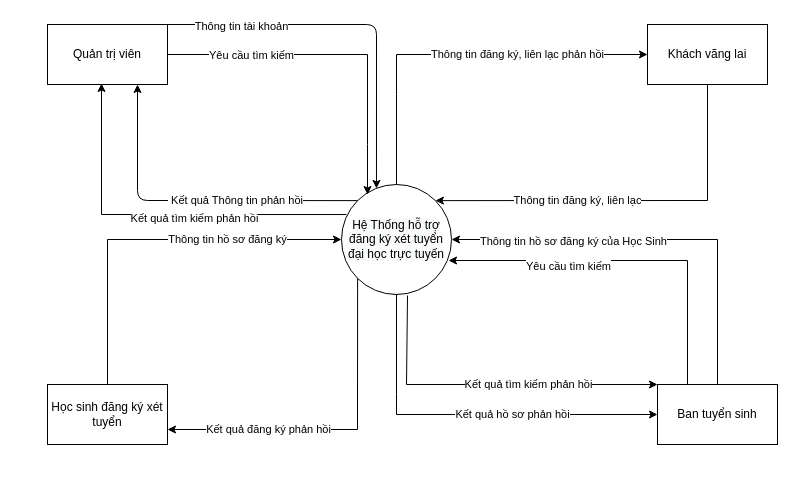
Before: page "Biểu đồ luồng dữ liệu mức ngữ cảnh" (2 of 4) of 1. Bao Cao/DATN.drawio in truongquangkhai99/TrinhVanTu_DATN, a draw.io diagram. Source tidied: cells renumbered, new cells numbered last; positions are measured from the earlier drawing's top-left corner, leaving out a move shared by most shapes. Both pictures are drawn from the tidied source at 100%, with x=0, y=0 at pixel (47, 24).
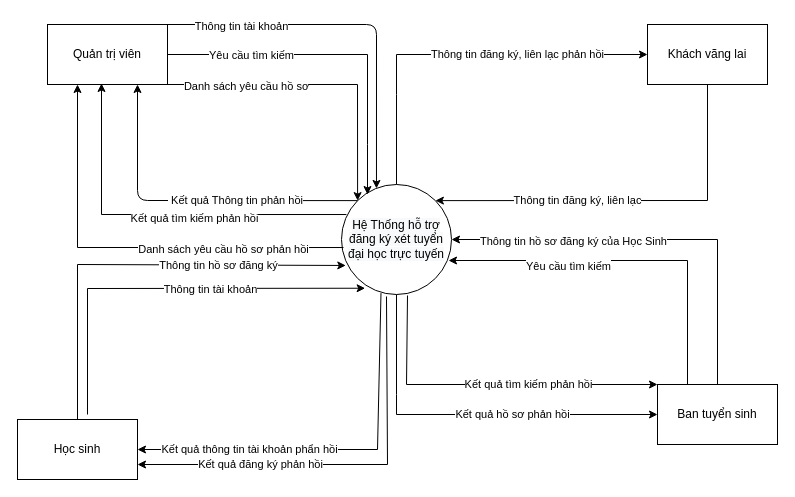
Above is the later version.

The change refers to these unchanged cells:
```xml
<mxCell id="2" value="&#10;&#10;&lt;span style=&quot;color: rgb(0, 0, 0); font-family: helvetica; font-size: 12px; font-style: normal; font-weight: 400; letter-spacing: normal; text-align: center; text-indent: 0px; text-transform: none; word-spacing: 0px; background-color: rgb(248, 249, 250); display: inline; float: none;&quot;&gt;Hệ Thống hỗ trợ đăng ký xét tuyển đại học trực tuyến&lt;/span&gt;&#10;&#10;" style="ellipse;whiteSpace=wrap;html=1;" parent="1" vertex="1">
  <mxGeometry x="294" y="160" width="110" height="110" as="geometry" />
</mxCell>
<mxCell id="13" value="Quản trị viên" style="rounded=0;whiteSpace=wrap;html=1;" parent="1" vertex="1">
  <mxGeometry width="120" height="60" as="geometry" />
</mxCell>
```

Diff of the diagram source:
```diff
@@
-    <mxCell id="5" value="Học sinh đăng ký xét tuyển" style="rounded=0;whiteSpace=wrap;html=1;" parent="1" vertex="1">
-      <mxGeometry y="360" width="120" height="60" as="geometry" />
+    <mxCell id="5" value="Học sinh" style="rounded=0;whiteSpace=wrap;html=1;" parent="1" vertex="1">
+      <mxGeometry x="-30" y="395" width="120" height="60" as="geometry" />
     </mxCell>
@@
-    <mxCell id="8" value="Thông tin hồ sơ đăng ký" style="endArrow=classic;html=1;rounded=0;verticalAlign=middle;exitX=0.5;exitY=0;exitDx=0;exitDy=0;" parent="1" edge="1" source="5" target="2">
+    <mxCell id="8" value="Thông tin hồ sơ đăng ký" style="endArrow=classic;html=1;rounded=0;verticalAlign=middle;exitX=0.5;exitY=0;exitDx=0;exitDy=0;entryX=0.039;entryY=0.736;entryDx=0;entryDy=0;entryPerimeter=0;" parent="1" edge="1" source="5" target="2">
       <mxGeometry x="0.4" relative="1" as="geometry">
         <Array as="points">
-          <mxPoint x="60" y="215" />
+          <mxPoint x="30" y="240" />
         </Array>
       </mxGeometry>
     </mxCell>
-    <mxCell id="9" value="Kết quả đăng ký phản hồi" style="endArrow=classic;html=1;rounded=0;verticalAlign=middle;exitX=0;exitY=1;exitDx=0;exitDy=0;entryX=1;entryY=0.75;entryDx=0;entryDy=0;" parent="1" edge="1" source="2" target="5">
+    <mxCell id="9" value="Kết quả đăng ký phản hồi" style="endArrow=classic;html=1;rounded=0;verticalAlign=middle;exitX=0.409;exitY=1.018;exitDx=0;exitDy=0;entryX=1;entryY=0.75;entryDx=0;entryDy=0;exitPerimeter=0;" parent="1" edge="1" source="2" target="5">
       <mxGeometry x="0.41" relative="1" as="geometry">
         <Array as="points">
-          <mxPoint x="310" y="405" />
+          <mxPoint x="340" y="440" />
         </Array>
       </mxGeometry>
     </mxCell>
@@
+    <mxCell id="25" style="endArrow=classic;html=1;rounded=0;exitX=1;exitY=1;exitDx=0;exitDy=0;entryX=0;entryY=0;entryDx=0;entryDy=0;" parent="1" edge="1" source="13" target="2">
+      <mxGeometry relative="1" as="geometry">
+        <Array as="points">
+          <mxPoint x="310" y="60" />
+        </Array>
+      </mxGeometry>
+    </mxCell>
+    <mxCell id="26" value="Danh sách yêu cầu hồ sơ" style="edgeLabel;html=1;align=center;verticalAlign=middle;" parent="25" vertex="1">
+      <mxGeometry x="-0.49" y="-1" relative="1" as="geometry" />
+    </mxCell>
+    <mxCell id="27" style="endArrow=classic;html=1;rounded=0;exitX=0.018;exitY=0.573;exitDx=0;exitDy=0;entryX=0.25;entryY=1;entryDx=0;entryDy=0;exitPerimeter=0;" parent="1" edge="1" source="2" target="13">
+      <mxGeometry relative="1" as="geometry">
+        <Array as="points">
+          <mxPoint x="30" y="223" />
+        </Array>
+      </mxGeometry>
+    </mxCell>
+    <mxCell id="28" value="Danh sách yêu cầu hồ sơ phản hồi" style="edgeLabel;html=1;align=center;verticalAlign=middle;" parent="27" vertex="1">
+      <mxGeometry x="-0.44" y="1" relative="1" as="geometry" />
+    </mxCell>
+    <mxCell id="29" style="endArrow=classic;html=1;rounded=0;entryX=0.215;entryY=0.943;entryDx=0;entryDy=0;entryPerimeter=0;" parent="1" edge="1" target="2">
+      <mxGeometry relative="1" as="geometry">
+        <mxPoint x="40" y="390" as="sourcePoint" />
+        <Array as="points">
+          <mxPoint x="40" y="264" />
+        </Array>
+      </mxGeometry>
+    </mxCell>
+    <mxCell id="30" value="Thông tin tài khoản" style="edgeLabel;html=1;align=center;verticalAlign=middle;" parent="29" vertex="1">
+      <mxGeometry x="0.23" y="-1" relative="1" as="geometry" />
+    </mxCell>
+    <mxCell id="31" style="endArrow=classic;html=1;rounded=0;exitX=0.359;exitY=0.987;exitDx=0;exitDy=0;exitPerimeter=0;entryX=1;entryY=0.5;entryDx=0;entryDy=0;" parent="1" edge="1" source="2" target="5">
+      <mxGeometry relative="1" as="geometry">
+        <Array as="points">
+          <mxPoint x="330" y="425" />
+        </Array>
+      </mxGeometry>
+    </mxCell>
+    <mxCell id="32" value="Kết quả thông tin tài khoản phẩn hồi" style="edgeLabel;html=1;align=center;verticalAlign=middle;" parent="31" vertex="1">
+      <mxGeometry x="0.44" y="-1" relative="1" as="geometry" />
+    </mxCell>
```
